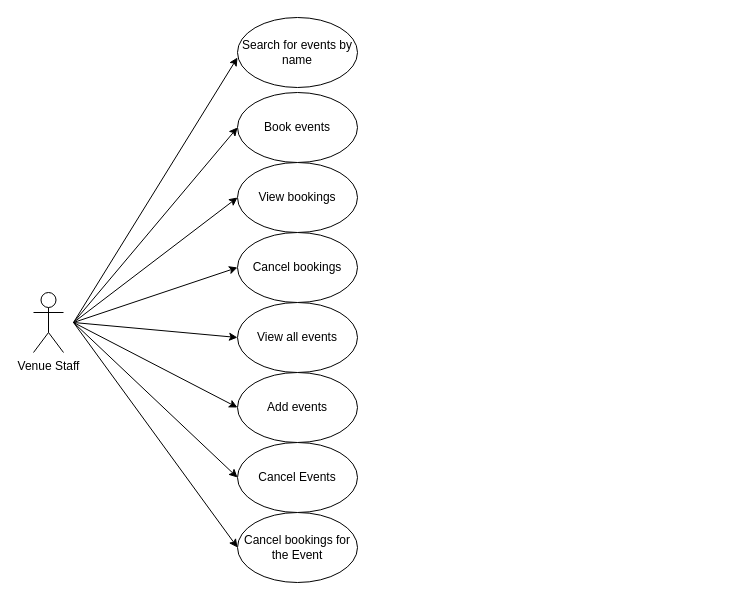
amipl/CatApp keeps this draw.io diagram as Use Cae Diagram for Venue Staff2.drawio. Above is the earlier version. Source tidied: cells renumbered, new cells numbered last; positions are measured from the earlier drawing's top-left corner, leaving out a move shared by most shapes. Both pictures are drawn from the tidied source at 100%, with x=0, y=0 at pixel (33, 17).
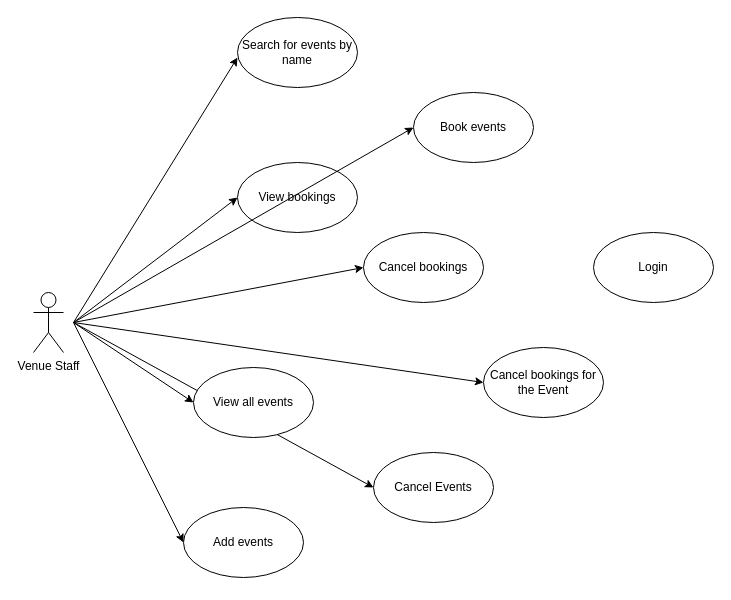
Above is the later version.

Change to the diagram source:
```diff
@@
     <mxCell id="7" value="Cancel bookings for the Event" style="ellipse;whiteSpace=wrap;html=1;shapeInside=1;" parent="1" vertex="1">
-      <mxGeometry x="204" y="495" width="120" height="70" as="geometry" />
+      <mxGeometry x="450" y="330" width="120" height="70" as="geometry" />
     </mxCell>
     <mxCell id="8" value="Cancel Events" style="ellipse;whiteSpace=wrap;html=1;shapeInside=1;" parent="1" vertex="1">
-      <mxGeometry x="204" y="425" width="120" height="70" as="geometry" />
+      <mxGeometry x="340" y="435" width="120" height="70" as="geometry" />
     </mxCell>
     <mxCell id="9" value="Add events" style="ellipse;whiteSpace=wrap;html=1;shapeInside=1;" parent="1" vertex="1">
-      <mxGeometry x="204" y="355" width="120" height="70" as="geometry" />
+      <mxGeometry x="150" y="490" width="120" height="70" as="geometry" />
     </mxCell>
     <mxCell id="10" value="View all events" style="ellipse;whiteSpace=wrap;html=1;shapeInside=1;" parent="1" vertex="1">
-      <mxGeometry x="204" y="285" width="120" height="70" as="geometry" />
+      <mxGeometry x="160" y="350" width="120" height="70" as="geometry" />
     </mxCell>
     <mxCell id="11" value="Cancel bookings" style="ellipse;whiteSpace=wrap;html=1;shapeInside=1;" parent="1" vertex="1">
-      <mxGeometry x="204" y="215" width="120" height="70" as="geometry" />
+      <mxGeometry x="330" y="215" width="120" height="70" as="geometry" />
     </mxCell>
     <mxCell id="12" value="Book events" style="ellipse;whiteSpace=wrap;html=1;shapeInside=1;" parent="1" vertex="1">
-      <mxGeometry x="204" y="75" width="120" height="70" as="geometry" />
+      <mxGeometry x="380" y="75" width="120" height="70" as="geometry" />
     </mxCell>
@@
+    <mxCell id="19" value="Login" style="ellipse;whiteSpace=wrap;html=1;shapeInside=1;" parent="1" vertex="1">
+      <mxGeometry x="560" y="215" width="120" height="70" as="geometry" />
+    </mxCell>
```
